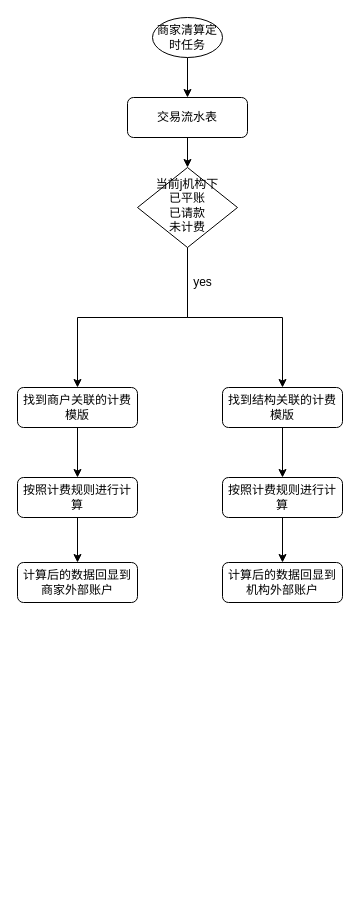
Before: page "Page-1" (1 of 2) of 未命名绘图.drawio in wengjunwei/myDraw, a draw.io diagram. Source tidied: cells renumbered, new cells numbered last; positions are measured from the earlier drawing's top-left corner, leaving out a move shared by most shapes. Both pictures are drawn from the tidied source at 100%, with x=0, y=0 at pixel (17, 17).
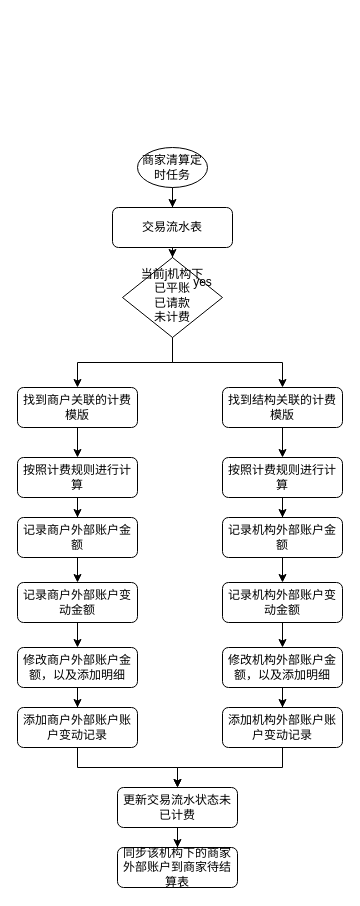
The same diagram, later.

Change to the diagram source:
```diff
@@
     <mxCell id="3" value="交易流水表" style="rounded=1;whiteSpace=wrap;html=1;fontSize=12;glass=0;strokeWidth=1;shadow=0;" parent="1" vertex="1">
-      <mxGeometry x="110" y="80" width="120" height="40" as="geometry" />
+      <mxGeometry x="95" y="190" width="120" height="40" as="geometry" />
     </mxCell>
@@
     <mxCell id="6" value="&lt;div&gt;当前j机构下&lt;/div&gt;已平账&lt;div&gt;已请款&lt;/div&gt;&lt;div&gt;未计费&lt;/div&gt;" style="rhombus;whiteSpace=wrap;html=1;shadow=0;fontFamily=Helvetica;fontSize=12;align=center;strokeWidth=1;spacing=6;spacingTop=-4;" parent="1" vertex="1">
-      <mxGeometry x="120" y="150" width="100" height="80" as="geometry" />
+      <mxGeometry x="105" y="240" width="100" height="80" as="geometry" />
     </mxCell>
@@
     <mxCell id="10" value="商家清算定时任务" style="ellipse;whiteSpace=wrap;html=1;" parent="1" vertex="1">
-      <mxGeometry x="135" width="70" height="40" as="geometry" />
+      <mxGeometry x="120" y="130" width="70" height="40" as="geometry" />
     </mxCell>
@@
-    <mxCell id="15" style="edgeStyle=orthogonalEdgeStyle;rounded=0;jettySize=auto;html=1;" parent="1" edge="1" source="16" target="19">
-      <mxGeometry relative="1" as="geometry" />
-    </mxCell>
+    <mxCell id="21" style="edgeStyle=orthogonalEdgeStyle;rounded=0;jettySize=auto;html=1;" parent="1" edge="1" source="16" target="25">
+      <mxGeometry relative="1" as="geometry" />
+    </mxCell>
     <mxCell id="16" value="按照计费规则进行计算" style="rounded=1;whiteSpace=wrap;html=1;fontSize=12;glass=0;strokeWidth=1;shadow=0;" parent="1" vertex="1">
-      <mxGeometry y="460" width="120" height="40" as="geometry" />
+      <mxGeometry y="440" width="120" height="40" as="geometry" />
     </mxCell>
-    <mxCell id="17" style="edgeStyle=orthogonalEdgeStyle;rounded=0;jettySize=auto;html=1;" parent="1" edge="1" source="18" target="20">
-      <mxGeometry relative="1" as="geometry" />
-    </mxCell>
+    <mxCell id="22" style="edgeStyle=orthogonalEdgeStyle;rounded=0;jettySize=auto;html=1;" parent="1" edge="1" source="18" target="31">
+      <mxGeometry relative="1" as="geometry" />
+    </mxCell>
     <mxCell id="18" value="按照计费规则进行计算" style="rounded=1;whiteSpace=wrap;html=1;fontSize=12;glass=0;strokeWidth=1;shadow=0;" parent="1" vertex="1">
-      <mxGeometry x="205" y="460" width="120" height="40" as="geometry" />
+      <mxGeometry x="205" y="440" width="120" height="40" as="geometry" />
     </mxCell>
+    <mxCell id="23" style="edgeStyle=orthogonalEdgeStyle;rounded=0;jettySize=auto;html=1;" parent="1" edge="1" source="19" target="29">
+      <mxGeometry relative="1" as="geometry" />
+    </mxCell>
-    <mxCell id="19" value="计算后的数据回显到商家外部账户" style="rounded=1;whiteSpace=wrap;html=1;fontSize=12;glass=0;strokeWidth=1;shadow=0;" parent="1" vertex="1">
-      <mxGeometry y="545" width="120" height="40" as="geometry" />
+    <mxCell id="19" value="修改商户外部账户金额，以及添加明细" style="rounded=1;whiteSpace=wrap;html=1;fontSize=12;glass=0;strokeWidth=1;shadow=0;" parent="1" vertex="1">
+      <mxGeometry y="630" width="120" height="40" as="geometry" />
     </mxCell>
-    <mxCell id="20" value="计算后的数据回显到机构外部账户" style="rounded=1;whiteSpace=wrap;html=1;fontSize=12;glass=0;strokeWidth=1;shadow=0;" parent="1" vertex="1">
-      <mxGeometry x="205" y="545" width="120" height="40" as="geometry" />
-    </mxCell>
+    <mxCell id="24" style="edgeStyle=orthogonalEdgeStyle;rounded=0;jettySize=auto;html=1;" parent="1" edge="1" source="25" target="27">
+      <mxGeometry relative="1" as="geometry" />
+    </mxCell>
+    <mxCell id="25" value="记录商户外部账户金额" style="rounded=1;whiteSpace=wrap;html=1;fontSize=12;glass=0;strokeWidth=1;shadow=0;" parent="1" vertex="1">
+      <mxGeometry y="500" width="120" height="40" as="geometry" />
+    </mxCell>
+    <mxCell id="26" style="edgeStyle=orthogonalEdgeStyle;rounded=0;jettySize=auto;html=1;" parent="1" edge="1" source="27" target="19">
+      <mxGeometry relative="1" as="geometry" />
+    </mxCell>
+    <mxCell id="27" value="记录商户外部账户变动金额" style="rounded=1;whiteSpace=wrap;html=1;fontSize=12;glass=0;strokeWidth=1;shadow=0;" parent="1" vertex="1">
+      <mxGeometry y="565" width="120" height="40" as="geometry" />
+    </mxCell>
+    <mxCell id="28" style="edgeStyle=orthogonalEdgeStyle;rounded=0;jettySize=auto;html=1;" parent="1" edge="1" source="29" target="39">
+      <mxGeometry relative="1" as="geometry" />
+    </mxCell>
+    <mxCell id="29" value="添加商户外部账户账户变动记录" style="rounded=1;whiteSpace=wrap;html=1;fontSize=12;glass=0;strokeWidth=1;shadow=0;" parent="1" vertex="1">
+      <mxGeometry y="690" width="120" height="40" as="geometry" />
+    </mxCell>
+    <mxCell id="30" style="edgeStyle=orthogonalEdgeStyle;rounded=0;jettySize=auto;html=1;" parent="1" edge="1" source="31" target="33">
+      <mxGeometry relative="1" as="geometry" />
+    </mxCell>
+    <mxCell id="31" value="记录机构外部账户金额" style="rounded=1;whiteSpace=wrap;html=1;fontSize=12;glass=0;strokeWidth=1;shadow=0;" parent="1" vertex="1">
+      <mxGeometry x="205" y="500" width="120" height="40" as="geometry" />
+    </mxCell>
+    <mxCell id="32" style="edgeStyle=orthogonalEdgeStyle;rounded=0;jettySize=auto;html=1;" parent="1" edge="1" source="33" target="35">
+      <mxGeometry relative="1" as="geometry" />
+    </mxCell>
+    <mxCell id="33" value="记录机构外部账户变动金额" style="rounded=1;whiteSpace=wrap;html=1;fontSize=12;glass=0;strokeWidth=1;shadow=0;" parent="1" vertex="1">
+      <mxGeometry x="205" y="565" width="120" height="40" as="geometry" />
+    </mxCell>
+    <mxCell id="34" style="edgeStyle=orthogonalEdgeStyle;rounded=0;jettySize=auto;html=1;" parent="1" edge="1" source="35" target="37">
+      <mxGeometry relative="1" as="geometry" />
+    </mxCell>
+    <mxCell id="35" value="修改机构外部账户金额，以及添加明细" style="rounded=1;whiteSpace=wrap;html=1;fontSize=12;glass=0;strokeWidth=1;shadow=0;" parent="1" vertex="1">
+      <mxGeometry x="205" y="630" width="120" height="40" as="geometry" />
+    </mxCell>
+    <mxCell id="36" style="edgeStyle=orthogonalEdgeStyle;rounded=0;jettySize=auto;html=1;entryX=0.5;entryY=0;entryDx=0;entryDy=0;" parent="1" edge="1" source="37" target="39">
+      <mxGeometry relative="1" as="geometry" />
+    </mxCell>
+    <mxCell id="37" value="添加机构外部账户账户变动记录" style="rounded=1;whiteSpace=wrap;html=1;fontSize=12;glass=0;strokeWidth=1;shadow=0;" parent="1" vertex="1">
+      <mxGeometry x="205" y="690" width="120" height="40" as="geometry" />
+    </mxCell>
+    <mxCell id="38" style="edgeStyle=orthogonalEdgeStyle;rounded=0;jettySize=auto;html=1;" parent="1" edge="1" source="39" target="40">
+      <mxGeometry relative="1" as="geometry" />
+    </mxCell>
+    <mxCell id="39" value="更新交易流水状态未已计费" style="rounded=1;whiteSpace=wrap;html=1;fontSize=12;glass=0;strokeWidth=1;shadow=0;" parent="1" vertex="1">
+      <mxGeometry x="100" y="770" width="120" height="40" as="geometry" />
+    </mxCell>
+    <mxCell id="40" value="同步该机构下的商家外部账户到商家待结算表" style="rounded=1;whiteSpace=wrap;html=1;fontSize=12;glass=0;strokeWidth=1;shadow=0;" parent="1" vertex="1">
+      <mxGeometry x="100" y="830" width="120" height="40" as="geometry" />
+    </mxCell>
```
